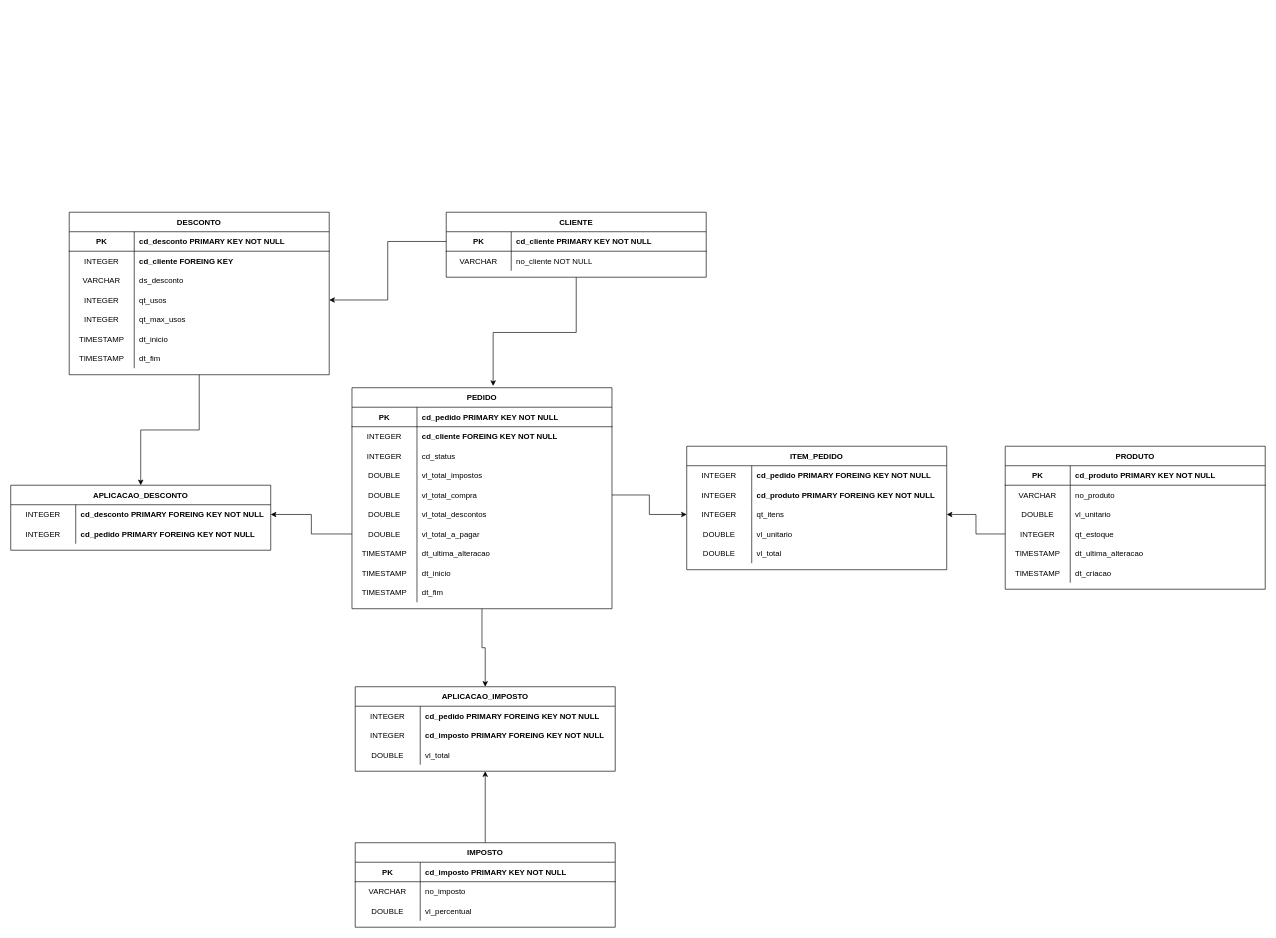
Before: modeling/modeling.drawio in UFESDelivery/backend, a draw.io diagram. Source tidied: cells renumbered, new cells numbered last; positions are measured from the earlier drawing's top-left corner, leaving out a move shared by most shapes. Both pictures are drawn from the tidied source at 65%, with x=0, y=0 at pixel (10, 212).
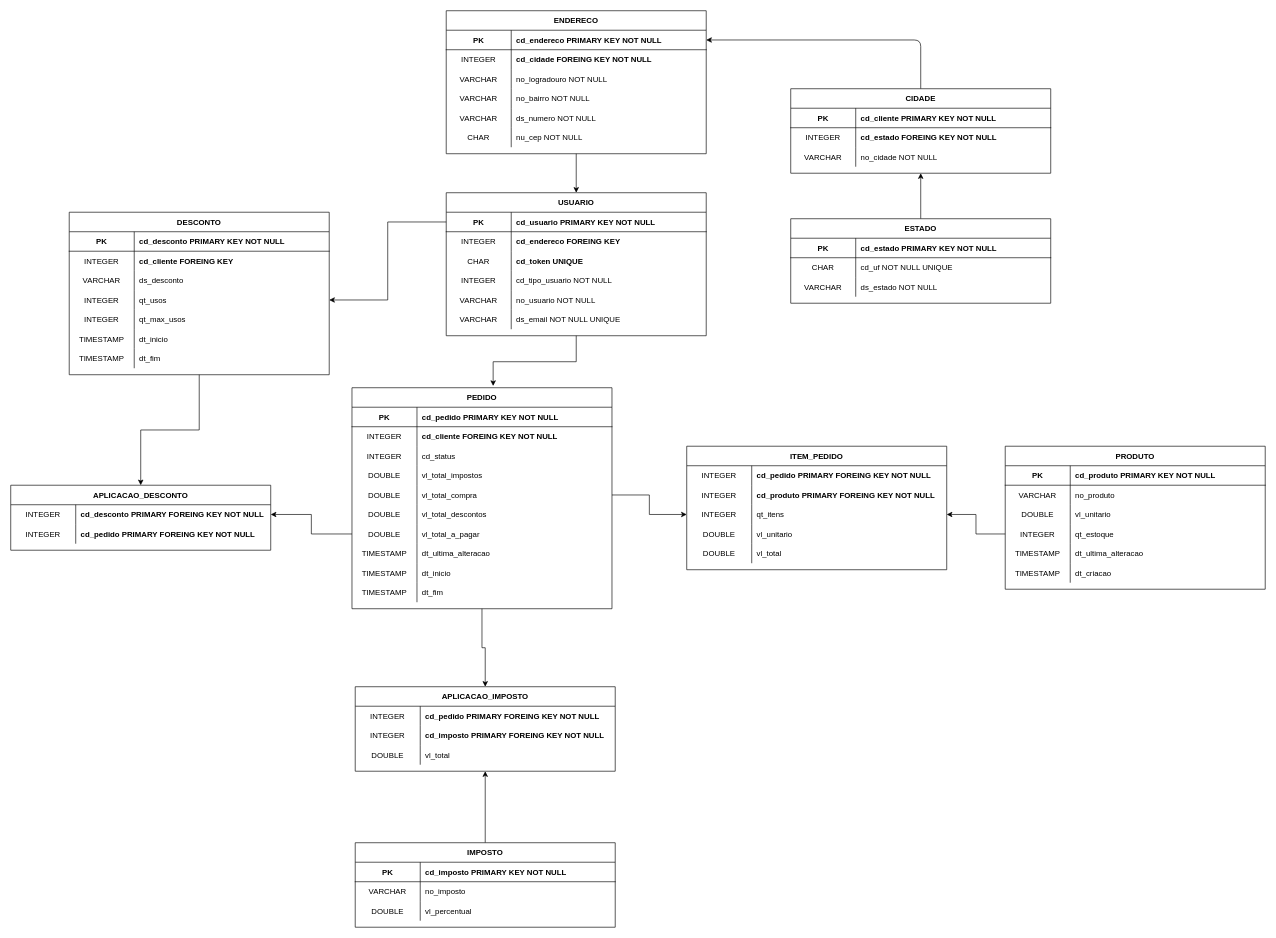
After the change.

Unchanged cells that the change refers to:
```xml
<mxCell id="94" style="shape=partialRectangle;fillColor=none;points=[[0,0.5],[1,0.5]];portConstraint=eastwest;top=0;left=0;right=0;bottom=1;" parent="93" vertex="1">
  <mxGeometry y="30" width="400" height="30" as="geometry" />
</mxCell>
<mxCell id="97" style="shape=partialRectangle;fillColor=none;top=0;left=0;right=0;bottom=0;" parent="93" vertex="1">
  <mxGeometry y="60" width="400" height="30" as="geometry" />
</mxCell>
```

Change to the diagram source:
```diff
@@
-    <mxCell id="93" value="CLIENTE" style="shape=table;startSize=30;childLayout=tableLayout;rowLines=0;fontStyle=1;align=center;" parent="1" vertex="1">
-      <mxGeometry x="670" width="400" height="100" as="geometry" />
+    <mxCell id="93" value="USUARIO" style="shape=table;startSize=30;childLayout=tableLayout;rowLines=0;fontStyle=1;align=center;" parent="1" vertex="1">
+      <mxGeometry x="670" y="-30" width="400" height="220" as="geometry" />
     </mxCell>
@@
-    <mxCell id="96" value="cd_cliente PRIMARY KEY NOT NULL" style="shape=partialRectangle;overflow=hidden;fillColor=none;top=0;left=0;bottom=0;right=0;align=left;spacingLeft=6;fontStyle=1;" parent="94" vertex="1">
+    <mxCell id="96" value="cd_usuario PRIMARY KEY NOT NULL" style="shape=partialRectangle;overflow=hidden;fillColor=none;top=0;left=0;bottom=0;right=0;align=left;spacingLeft=6;fontStyle=1;" parent="94" vertex="1">
       <mxGeometry x="100" width="300" height="30" as="geometry" />
     </mxCell>
@@
-    <mxCell id="98" value="VARCHAR" style="shape=partialRectangle;overflow=hidden;fillColor=none;top=0;left=0;bottom=0;right=0;" parent="97" vertex="1">
+    <mxCell id="98" value="INTEGER" style="shape=partialRectangle;overflow=hidden;fillColor=none;top=0;left=0;bottom=0;right=0;" parent="97" vertex="1">
       <mxGeometry width="100" height="30" as="geometry" />
     </mxCell>
-    <mxCell id="99" value="no_cliente NOT NULL" style="shape=partialRectangle;overflow=hidden;fillColor=none;top=0;left=0;bottom=0;right=0;align=left;spacingLeft=6;" parent="97" vertex="1">
+    <mxCell id="99" value="cd_endereco FOREING KEY" style="shape=partialRectangle;overflow=hidden;fillColor=none;top=0;left=0;bottom=0;right=0;align=left;spacingLeft=6;fontStyle=1;" parent="97" vertex="1">
       <mxGeometry x="100" width="300" height="30" as="geometry" />
     </mxCell>
+    <mxCell id="132" style="shape=partialRectangle;fillColor=none;top=0;left=0;right=0;bottom=0;" parent="93" vertex="1">
+      <mxGeometry y="90" width="400" height="30" as="geometry" />
+    </mxCell>
+    <mxCell id="133" value="CHAR" style="shape=partialRectangle;overflow=hidden;fillColor=none;top=0;left=0;bottom=0;right=0;" parent="132" vertex="1">
+      <mxGeometry width="100" height="30" as="geometry" />
+    </mxCell>
+    <mxCell id="134" value="cd_token UNIQUE" style="shape=partialRectangle;overflow=hidden;fillColor=none;top=0;left=0;bottom=0;right=0;align=left;spacingLeft=6;fontStyle=1;" parent="132" vertex="1">
+      <mxGeometry x="100" width="300" height="30" as="geometry" />
+    </mxCell>
+    <mxCell id="135" style="shape=partialRectangle;fillColor=none;top=0;left=0;right=0;bottom=0;" parent="93" vertex="1">
+      <mxGeometry y="120" width="400" height="30" as="geometry" />
+    </mxCell>
+    <mxCell id="136" value="INTEGER" style="shape=partialRectangle;overflow=hidden;fillColor=none;top=0;left=0;bottom=0;right=0;" parent="135" vertex="1">
+      <mxGeometry width="100" height="30" as="geometry" />
+    </mxCell>
+    <mxCell id="137" value="cd_tipo_usuario NOT NULL" style="shape=partialRectangle;overflow=hidden;fillColor=none;top=0;left=0;bottom=0;right=0;align=left;spacingLeft=6;fontStyle=0;" parent="135" vertex="1">
+      <mxGeometry x="100" width="300" height="30" as="geometry" />
+    </mxCell>
+    <mxCell id="138" style="shape=partialRectangle;fillColor=none;top=0;left=0;right=0;bottom=0;" parent="93" vertex="1">
+      <mxGeometry y="150" width="400" height="30" as="geometry" />
+    </mxCell>
+    <mxCell id="139" value="VARCHAR" style="shape=partialRectangle;overflow=hidden;fillColor=none;top=0;left=0;bottom=0;right=0;" parent="138" vertex="1">
+      <mxGeometry width="100" height="30" as="geometry" />
+    </mxCell>
+    <mxCell id="140" value="no_usuario NOT NULL" style="shape=partialRectangle;overflow=hidden;fillColor=none;top=0;left=0;bottom=0;right=0;align=left;spacingLeft=6;" parent="138" vertex="1">
+      <mxGeometry x="100" width="300" height="30" as="geometry" />
+    </mxCell>
+    <mxCell id="141" style="shape=partialRectangle;fillColor=none;top=0;left=0;right=0;bottom=0;" parent="93" vertex="1">
+      <mxGeometry y="180" width="400" height="30" as="geometry" />
+    </mxCell>
+    <mxCell id="142" value="VARCHAR" style="shape=partialRectangle;overflow=hidden;fillColor=none;top=0;left=0;bottom=0;right=0;" parent="141" vertex="1">
+      <mxGeometry width="100" height="30" as="geometry" />
+    </mxCell>
+    <mxCell id="143" value="ds_email NOT NULL UNIQUE" style="shape=partialRectangle;overflow=hidden;fillColor=none;top=0;left=0;bottom=0;right=0;align=left;spacingLeft=6;" parent="141" vertex="1">
+      <mxGeometry x="100" width="300" height="30" as="geometry" />
+    </mxCell>
@@
+    <mxCell id="144" style="edgeStyle=orthogonalEdgeStyle;html=1;entryX=0.5;entryY=0;entryDx=0;entryDy=0;" parent="1" edge="1" source="145" target="93">
+      <mxGeometry relative="1" as="geometry" />
+    </mxCell>
+    <mxCell id="145" value="ENDERECO" style="shape=table;startSize=30;childLayout=tableLayout;rowLines=0;fontStyle=1;align=center;" parent="1" vertex="1">
+      <mxGeometry x="670" y="-310" width="400" height="220" as="geometry" />
+    </mxCell>
+    <mxCell id="146" style="shape=partialRectangle;fillColor=none;points=[[0,0.5],[1,0.5]];portConstraint=eastwest;top=0;left=0;right=0;bottom=1;" parent="145" vertex="1">
+      <mxGeometry y="30" width="400" height="30" as="geometry" />
+    </mxCell>
+    <mxCell id="147" value="PK" style="shape=partialRectangle;overflow=hidden;fillColor=none;top=0;left=0;bottom=0;right=0;fontStyle=1;" parent="146" vertex="1">
+      <mxGeometry width="100" height="30" as="geometry" />
+    </mxCell>
+    <mxCell id="148" value="cd_endereco PRIMARY KEY NOT NULL" style="shape=partialRectangle;overflow=hidden;fillColor=none;top=0;left=0;bottom=0;right=0;align=left;spacingLeft=6;fontStyle=1;" parent="146" vertex="1">
+      <mxGeometry x="100" width="300" height="30" as="geometry" />
+    </mxCell>
+    <mxCell id="149" style="shape=partialRectangle;fillColor=none;top=0;left=0;right=0;bottom=0;" parent="145" vertex="1">
+      <mxGeometry y="60" width="400" height="30" as="geometry" />
+    </mxCell>
+    <mxCell id="150" value="INTEGER" style="shape=partialRectangle;overflow=hidden;fillColor=none;top=0;left=0;bottom=0;right=0;" parent="149" vertex="1">
+      <mxGeometry width="100" height="30" as="geometry" />
+    </mxCell>
+    <mxCell id="151" value="cd_cidade FOREING KEY NOT NULL" style="shape=partialRectangle;overflow=hidden;fillColor=none;top=0;left=0;bottom=0;right=0;align=left;spacingLeft=6;fontStyle=1;" parent="149" vertex="1">
+      <mxGeometry x="100" width="300" height="30" as="geometry" />
+    </mxCell>
+    <mxCell id="152" style="shape=partialRectangle;fillColor=none;top=0;left=0;right=0;bottom=0;" parent="145" vertex="1">
+      <mxGeometry y="90" width="400" height="30" as="geometry" />
+    </mxCell>
+    <mxCell id="153" value="VARCHAR" style="shape=partialRectangle;overflow=hidden;fillColor=none;top=0;left=0;bottom=0;right=0;" parent="152" vertex="1">
+      <mxGeometry width="100" height="30" as="geometry" />
+    </mxCell>
+    <mxCell id="154" value="no_logradouro NOT NULL" style="shape=partialRectangle;overflow=hidden;fillColor=none;top=0;left=0;bottom=0;right=0;align=left;spacingLeft=6;" parent="152" vertex="1">
+      <mxGeometry x="100" width="300" height="30" as="geometry" />
+    </mxCell>
+    <mxCell id="155" style="shape=partialRectangle;fillColor=none;top=0;left=0;right=0;bottom=0;" parent="145" vertex="1">
+      <mxGeometry y="120" width="400" height="30" as="geometry" />
+    </mxCell>
+    <mxCell id="156" value="VARCHAR" style="shape=partialRectangle;overflow=hidden;fillColor=none;top=0;left=0;bottom=0;right=0;" parent="155" vertex="1">
+      <mxGeometry width="100" height="30" as="geometry" />
+    </mxCell>
+    <mxCell id="157" value="no_bairro NOT NULL" style="shape=partialRectangle;overflow=hidden;fillColor=none;top=0;left=0;bottom=0;right=0;align=left;spacingLeft=6;" parent="155" vertex="1">
+      <mxGeometry x="100" width="300" height="30" as="geometry" />
+    </mxCell>
+    <mxCell id="158" style="shape=partialRectangle;fillColor=none;top=0;left=0;right=0;bottom=0;" parent="145" vertex="1">
+      <mxGeometry y="150" width="400" height="30" as="geometry" />
+    </mxCell>
+    <mxCell id="159" value="VARCHAR" style="shape=partialRectangle;overflow=hidden;fillColor=none;top=0;left=0;bottom=0;right=0;" parent="158" vertex="1">
+      <mxGeometry width="100" height="30" as="geometry" />
+    </mxCell>
+    <mxCell id="160" value="ds_numero NOT NULL" style="shape=partialRectangle;overflow=hidden;fillColor=none;top=0;left=0;bottom=0;right=0;align=left;spacingLeft=6;" parent="158" vertex="1">
+      <mxGeometry x="100" width="300" height="30" as="geometry" />
+    </mxCell>
+    <mxCell id="161" style="shape=partialRectangle;fillColor=none;top=0;left=0;right=0;bottom=0;" parent="145" vertex="1">
+      <mxGeometry y="180" width="400" height="30" as="geometry" />
+    </mxCell>
+    <mxCell id="162" value="CHAR" style="shape=partialRectangle;overflow=hidden;fillColor=none;top=0;left=0;bottom=0;right=0;" parent="161" vertex="1">
+      <mxGeometry width="100" height="30" as="geometry" />
+    </mxCell>
+    <mxCell id="163" value="nu_cep NOT NULL" style="shape=partialRectangle;overflow=hidden;fillColor=none;top=0;left=0;bottom=0;right=0;align=left;spacingLeft=6;" parent="161" vertex="1">
+      <mxGeometry x="100" width="300" height="30" as="geometry" />
+    </mxCell>
+    <mxCell id="164" style="edgeStyle=orthogonalEdgeStyle;html=1;entryX=1;entryY=0.5;entryDx=0;entryDy=0;" parent="1" edge="1" source="165" target="146">
+      <mxGeometry relative="1" as="geometry" />
+    </mxCell>
+    <mxCell id="165" value="CIDADE" style="shape=table;startSize=30;childLayout=tableLayout;rowLines=0;fontStyle=1;align=center;" parent="1" vertex="1">
+      <mxGeometry x="1200" y="-190" width="400" height="130" as="geometry" />
+    </mxCell>
+    <mxCell id="166" style="shape=partialRectangle;fillColor=none;top=0;left=0;right=0;bottom=1;" parent="165" vertex="1">
+      <mxGeometry y="30" width="400" height="30" as="geometry" />
+    </mxCell>
+    <mxCell id="167" value="PK" style="shape=partialRectangle;overflow=hidden;fillColor=none;top=0;left=0;bottom=0;right=0;fontStyle=1;" parent="166" vertex="1">
+      <mxGeometry width="100" height="30" as="geometry" />
+    </mxCell>
+    <mxCell id="168" value="cd_cliente PRIMARY KEY NOT NULL" style="shape=partialRectangle;overflow=hidden;fillColor=none;top=0;left=0;bottom=0;right=0;align=left;spacingLeft=6;fontStyle=1;" parent="166" vertex="1">
+      <mxGeometry x="100" width="300" height="30" as="geometry" />
+    </mxCell>
+    <mxCell id="169" style="shape=partialRectangle;fillColor=none;top=0;left=0;right=0;bottom=0;" parent="165" vertex="1">
+      <mxGeometry y="60" width="400" height="30" as="geometry" />
+    </mxCell>
+    <mxCell id="170" value="INTEGER" style="shape=partialRectangle;overflow=hidden;fillColor=none;top=0;left=0;bottom=0;right=0;" parent="169" vertex="1">
+      <mxGeometry width="100" height="30" as="geometry" />
+    </mxCell>
+    <mxCell id="171" value="cd_estado FOREING KEY NOT NULL" style="shape=partialRectangle;overflow=hidden;fillColor=none;top=0;left=0;bottom=0;right=0;align=left;spacingLeft=6;fontStyle=1;" parent="169" vertex="1">
+      <mxGeometry x="100" width="300" height="30" as="geometry" />
+    </mxCell>
+    <mxCell id="172" style="shape=partialRectangle;fillColor=none;top=0;left=0;right=0;bottom=0;" parent="165" vertex="1">
+      <mxGeometry y="90" width="400" height="30" as="geometry" />
+    </mxCell>
+    <mxCell id="173" value="VARCHAR" style="shape=partialRectangle;overflow=hidden;fillColor=none;top=0;left=0;bottom=0;right=0;" parent="172" vertex="1">
+      <mxGeometry width="100" height="30" as="geometry" />
+    </mxCell>
+    <mxCell id="174" value="no_cidade NOT NULL" style="shape=partialRectangle;overflow=hidden;fillColor=none;top=0;left=0;bottom=0;right=0;align=left;spacingLeft=6;" parent="172" vertex="1">
+      <mxGeometry x="100" width="300" height="30" as="geometry" />
+    </mxCell>
+    <mxCell id="175" style="edgeStyle=none;html=1;entryX=0.5;entryY=1;entryDx=0;entryDy=0;" parent="1" edge="1" source="176" target="165">
+      <mxGeometry relative="1" as="geometry" />
+    </mxCell>
+    <mxCell id="176" value="ESTADO" style="shape=table;startSize=30;childLayout=tableLayout;rowLines=0;fontStyle=1;align=center;" parent="1" vertex="1">
+      <mxGeometry x="1200" y="10" width="400" height="130" as="geometry" />
+    </mxCell>
+    <mxCell id="177" style="shape=partialRectangle;fillColor=none;top=0;left=0;right=0;bottom=1;" parent="176" vertex="1">
+      <mxGeometry y="30" width="400" height="30" as="geometry" />
+    </mxCell>
+    <mxCell id="178" value="PK" style="shape=partialRectangle;overflow=hidden;fillColor=none;top=0;left=0;bottom=0;right=0;fontStyle=1;" parent="177" vertex="1">
+      <mxGeometry width="100" height="30" as="geometry" />
+    </mxCell>
+    <mxCell id="179" value="cd_estado PRIMARY KEY NOT NULL" style="shape=partialRectangle;overflow=hidden;fillColor=none;top=0;left=0;bottom=0;right=0;align=left;spacingLeft=6;fontStyle=1;" parent="177" vertex="1">
+      <mxGeometry x="100" width="300" height="30" as="geometry" />
+    </mxCell>
+    <mxCell id="180" style="shape=partialRectangle;fillColor=none;top=0;left=0;right=0;bottom=0;" parent="176" vertex="1">
+      <mxGeometry y="60" width="400" height="30" as="geometry" />
+    </mxCell>
+    <mxCell id="181" value="CHAR" style="shape=partialRectangle;overflow=hidden;fillColor=none;top=0;left=0;bottom=0;right=0;" parent="180" vertex="1">
+      <mxGeometry width="100" height="30" as="geometry" />
+    </mxCell>
+    <mxCell id="182" value="cd_uf NOT NULL UNIQUE" style="shape=partialRectangle;overflow=hidden;fillColor=none;top=0;left=0;bottom=0;right=0;align=left;spacingLeft=6;" parent="180" vertex="1">
+      <mxGeometry x="100" width="300" height="30" as="geometry" />
+    </mxCell>
+    <mxCell id="183" style="shape=partialRectangle;fillColor=none;top=0;left=0;right=0;bottom=0;" parent="176" vertex="1">
+      <mxGeometry y="90" width="400" height="30" as="geometry" />
+    </mxCell>
+    <mxCell id="184" value="VARCHAR" style="shape=partialRectangle;overflow=hidden;fillColor=none;top=0;left=0;bottom=0;right=0;" parent="183" vertex="1">
+      <mxGeometry width="100" height="30" as="geometry" />
+    </mxCell>
+    <mxCell id="185" value="ds_estado NOT NULL" style="shape=partialRectangle;overflow=hidden;fillColor=none;top=0;left=0;bottom=0;right=0;align=left;spacingLeft=6;" parent="183" vertex="1">
+      <mxGeometry x="100" width="300" height="30" as="geometry" />
+    </mxCell>
```
